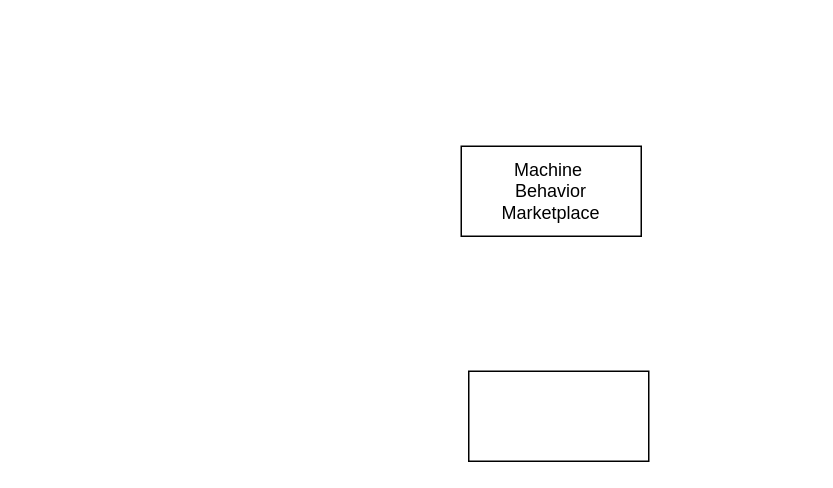
This is media/dooyo_idea_mbm_1.drawio from df595149790/df595149790.github.io, a draw.io file, before an edit. Source tidied: cells renumbered, new cells numbered last; positions are measured from the earlier drawing's top-left corner, leaving out a move shared by most shapes. Both pictures are drawn from the tidied source at 150%, with x=0, y=0 at pixel (460, 146).
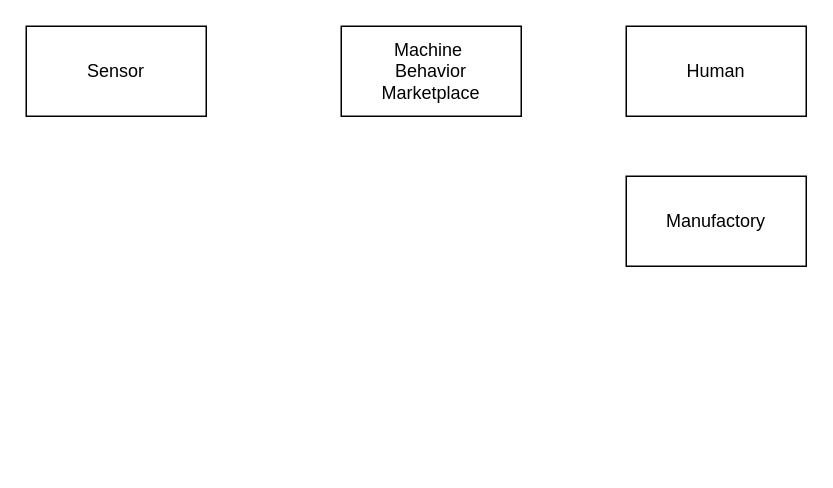
Above is the later version.

Change to the diagram source:
```diff
@@
 <mxGraphModel>
   <root>
     <mxCell id="0" />
     <mxCell id="1" parent="0" />
-    <mxCell id="2" style="rounded=0;whiteSpace=wrap;html=1;" parent="1" vertex="1">
-      <mxGeometry width="120" height="60" as="geometry" />
+    <mxCell id="2" value="&lt;span&gt;Machine&amp;nbsp;&lt;/span&gt;&lt;br&gt;&lt;span&gt;Behavior&lt;/span&gt;&lt;br&gt;&lt;span&gt;Marketplace&lt;/span&gt;" style="rounded=0;whiteSpace=wrap;html=1;" parent="1" vertex="1">
+      <mxGeometry x="-80" y="-80" width="120" height="60" as="geometry" />
     </mxCell>
-    <mxCell id="3" value="Machine&amp;nbsp;&lt;br&gt;Behavior&lt;br&gt;Marketplace&lt;br&gt;" style="text;html=1;strokeColor=none;fillColor=none;align=center;verticalAlign=middle;whiteSpace=wrap;rounded=0;" parent="1" vertex="1">
-      <mxGeometry x="40" y="20" width="40" height="20" as="geometry" />
-    </mxCell>
-    <mxCell id="4" style="rounded=0;whiteSpace=wrap;html=1;" parent="1" vertex="1">
-      <mxGeometry x="5" y="150" width="120" height="60" as="geometry" />
+    <mxCell id="4" value="Sensor" style="rounded=0;whiteSpace=wrap;html=1;" parent="1" vertex="1">
+      <mxGeometry x="-290" y="-80" width="120" height="60" as="geometry" />
     </mxCell>
+    <mxCell id="5" value="Human&lt;br&gt;" style="rounded=0;whiteSpace=wrap;html=1;" parent="1" vertex="1">
+      <mxGeometry x="110" y="-80" width="120" height="60" as="geometry" />
+    </mxCell>
+    <mxCell id="6" value="Manufactory&lt;br&gt;" style="rounded=0;whiteSpace=wrap;html=1;" parent="1" vertex="1">
+      <mxGeometry x="110" y="20" width="120" height="60" as="geometry" />
+    </mxCell>
   </root>
 </mxGraphModel>
```
